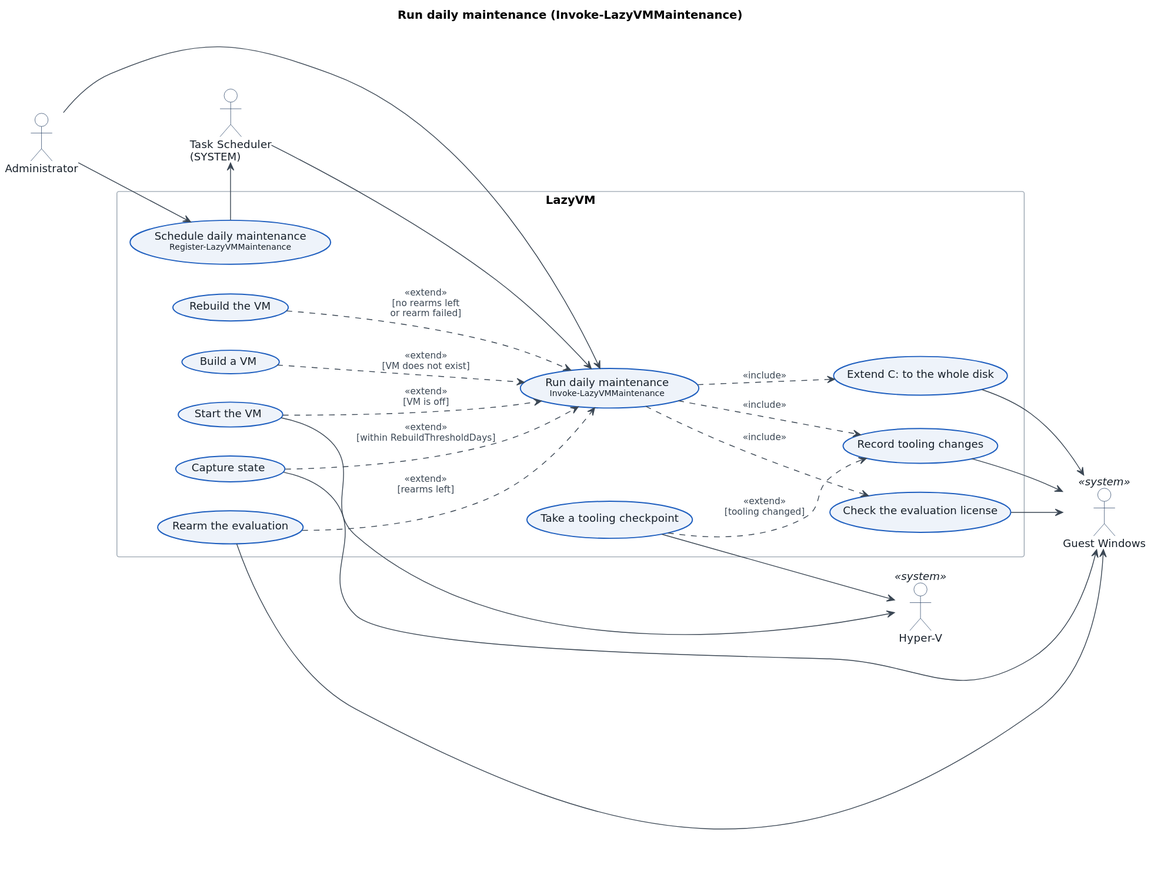
Above: docs/use-cases/03-maintenance.svg in downerboy/LazyVM (PlantUML), before the change.
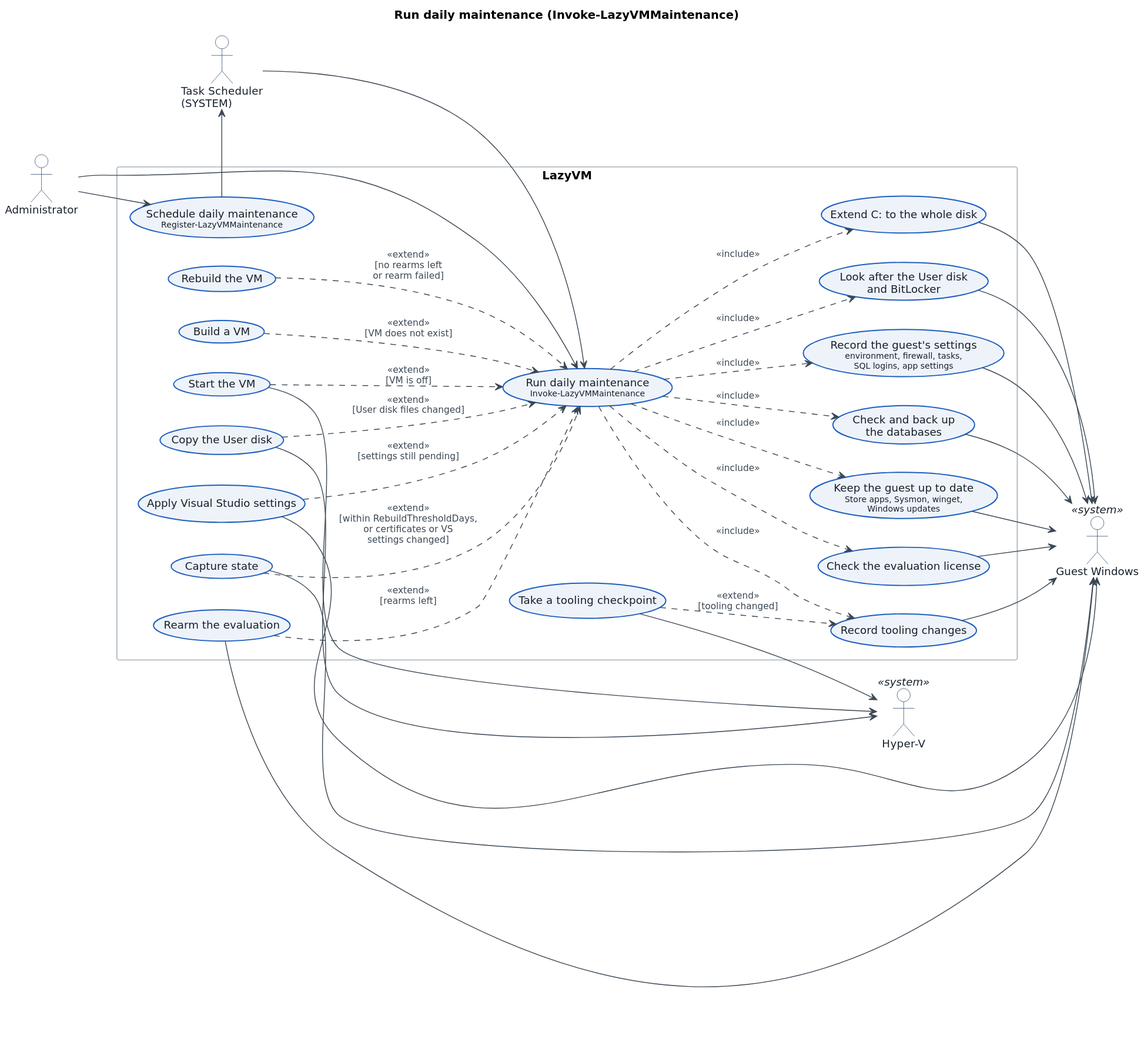
The same diagram one commit later.

Change to the diagram source:
```diff
@@ -5,14 +5,20 @@
 actor "Task Scheduler\n(SYSTEM)" as Sched
 actor "Administrator" as Admin
 
-rectangle "Massokissed.LazyVM" {
+rectangle "LazyVM" {
   usecase "Schedule daily maintenance\n<size:10>Register-LazyVMMaintenance</size>" as Reg
   usecase "Run daily maintenance\n<size:10>Invoke-LazyVMMaintenance</size>" as Maint
   usecase "Start the VM" as Start
   usecase "Extend C: to the whole disk" as ExpandC
+  usecase "Look after the User disk\nand BitLocker" as Disks
+  usecase "Copy the User disk" as CopyUser
   usecase "Record tooling changes" as Record
+  usecase "Record the guest's settings\n<size:10>environment, firewall, tasks,</size>\n<size:10>SQL logins, app settings</size>" as RecordGuest
+  usecase "Check and back up\nthe databases" as Backup
+  usecase "Keep the guest up to date\n<size:10>Store apps, Sysmon, winget,</size>\n<size:10>Windows updates</size>" as Update
+  usecase "Apply Visual Studio settings" as VsSettings
   usecase "Take a tooling checkpoint" as Checkpoint
-  usecase "Check the evaluation licence" as Lic
+  usecase "Check the evaluation license" as Lic
   usecase "Capture state" as Capture
   usecase "Rearm the evaluation" as Rearm
   usecase "Rebuild the VM" as Rebuild
@@ -28,11 +34,17 @@
 Reg --> Sched
 
 Maint ..> ExpandC : <<include>>
+Maint ..> Disks : <<include>>
 Maint ..> Record : <<include>>
+Maint ..> RecordGuest : <<include>>
+Maint ..> Backup : <<include>>
+Maint ..> Update : <<include>>
 Maint ..> Lic : <<include>>
 Start ..> Maint : <<extend>>\n[VM is off]
 Checkpoint ..> Record : <<extend>>\n[tooling changed]
-Capture ..> Maint : <<extend>>\n[within RebuildThresholdDays]
+CopyUser ..> Maint : <<extend>>\n[User disk files changed]
+VsSettings ..> Maint : <<extend>>\n[settings still pending]
+Capture ..> Maint : <<extend>>\n[within RebuildThresholdDays,\nor certificates or VS\nsettings changed]
 Rearm ..> Maint : <<extend>>\n[rearms left]
 Rebuild ..> Maint : <<extend>>\n[no rearms left\nor rearm failed]
 Build ..> Maint : <<extend>>\n[VM does not exist]
@@ -40,7 +52,13 @@
 Start --> HV
 Checkpoint --> HV
 ExpandC --> Guest
+Disks --> Guest
+CopyUser --> HV
 Record --> Guest
+RecordGuest --> Guest
+Backup --> Guest
+Update --> Guest
+VsSettings --> Guest
 Lic --> Guest
 Rearm --> Guest
 Capture --> Guest
```
